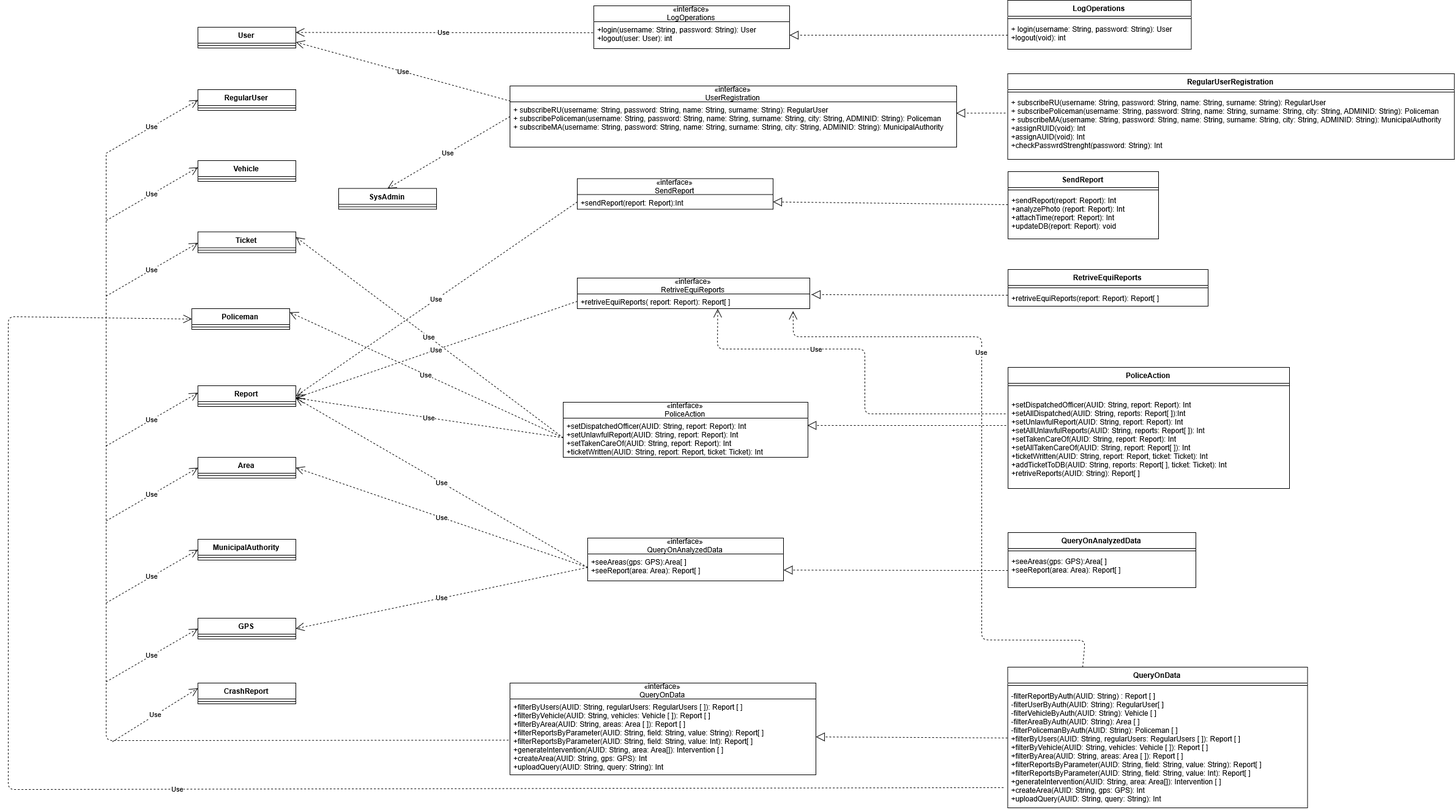
fafrullo2/PanzeriPeruginiPipita keeps this draw.io diagram as DD/Images/component_class_relation.png. Above is the earlier version. Source tidied: cells renumbered, new cells last; positions are measured from the earlier drawing's top-left corner, leaving out a move shared by most shapes.
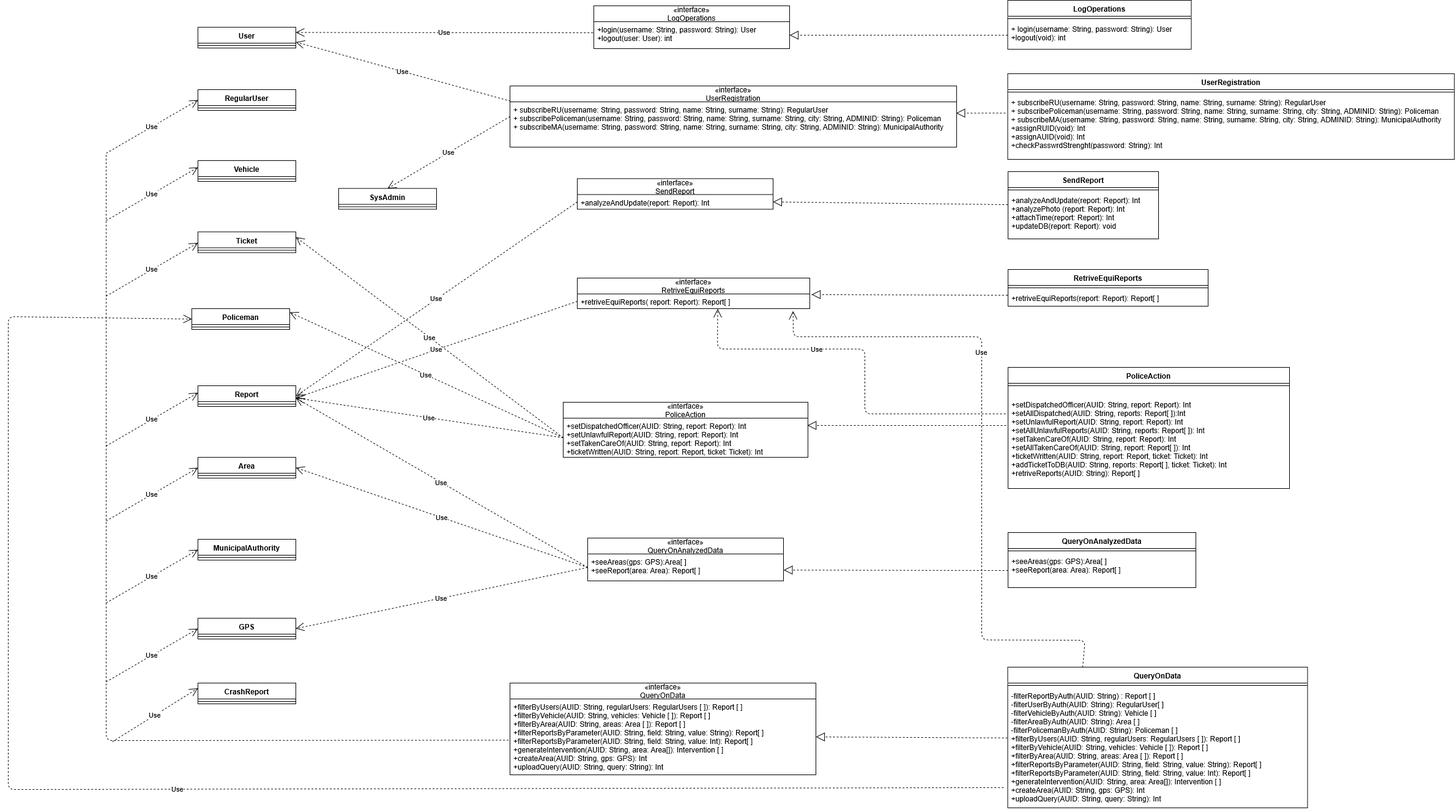
After the commit.

The edit, as a diff of the source:
```diff
@@ -29,7 +29,7 @@
     <mxCell id="10" style="line;strokeWidth=1;fillColor=none;align=left;verticalAlign=middle;spacingTop=-1;spacingLeft=3;spacingRight=3;labelPosition=right;" parent="9" vertex="1">
       <mxGeometry y="26" width="160" height="8" as="geometry" />
     </mxCell>
-    <mxCell id="11" value="RegularUserRegistration" style="swimlane;fontStyle=1;align=center;verticalAlign=top;horizontal=1;startSize=26;" parent="1" vertex="1">
+    <mxCell id="11" value="UserRegistration" style="swimlane;fontStyle=1;align=center;verticalAlign=top;horizontal=1;startSize=26;" parent="1" vertex="1">
       <mxGeometry x="1633.5" y="120" width="730" height="140" as="geometry" />
     </mxCell>
     <mxCell id="12" style="line;strokeWidth=1;fillColor=none;align=left;verticalAlign=middle;spacingTop=-1;spacingLeft=3;spacingRight=3;labelPosition=right;" parent="11" vertex="1">
@@ -50,7 +50,7 @@
     <mxCell id="17" style="line;strokeWidth=1;fillColor=none;align=left;verticalAlign=middle;spacingTop=-1;spacingLeft=3;spacingRight=3;labelPosition=right;" parent="16" vertex="1">
       <mxGeometry y="26" width="246" height="8" as="geometry" />
     </mxCell>
-    <mxCell id="18" value="+sendReport(report: Report): Int&#10;+analyzePhoto (report: Report): Int&#10;+attachTime(report: Report): Int&#10;+updateDB(report: Report): void" style="text;strokeColor=none;fillColor=none;align=left;verticalAlign=top;spacingLeft=4;spacingRight=4;overflow=hidden;points=[[0,0.5],[1,0.5]];portConstraint=eastwest;" parent="16" vertex="1">
+    <mxCell id="18" value="+analyzeAndUpdate(report: Report): Int&#10;+analyzePhoto (report: Report): Int&#10;+attachTime(report: Report): Int&#10;+updateDB(report: Report): void" style="text;strokeColor=none;fillColor=none;align=left;verticalAlign=top;spacingLeft=4;spacingRight=4;overflow=hidden;points=[[0,0.5],[1,0.5]];portConstraint=eastwest;" parent="16" vertex="1">
       <mxGeometry y="34" width="246" height="76" as="geometry" />
     </mxCell>
     <mxCell id="19" value="RetriveEquiReports" style="swimlane;fontStyle=1;align=center;verticalAlign=top;horizontal=1;startSize=26;" parent="1" vertex="1">
@@ -92,7 +92,7 @@
     <mxCell id="31" value="«interface»&#10;SendReport" style="swimlane;fontStyle=0;horizontal=1;startSize=26;fillColor=none;" parent="1" vertex="1">
       <mxGeometry x="930" y="291.5" width="320" height="50" as="geometry" />
     </mxCell>
-    <mxCell id="32" value="+sendReport(report: Report):Int" style="text;strokeColor=none;fillColor=none;align=left;verticalAlign=top;spacingLeft=4;spacingRight=4;overflow=hidden;points=[[0,0.5],[1,0.5]];portConstraint=eastwest;" parent="31" vertex="1">
+    <mxCell id="32" value="+analyzeAndUpdate(report: Report): Int" style="text;strokeColor=none;fillColor=none;align=left;verticalAlign=top;spacingLeft=4;spacingRight=4;overflow=hidden;points=[[0,0.5],[1,0.5]];portConstraint=eastwest;" parent="31" vertex="1">
       <mxGeometry y="26" width="320" height="24" as="geometry" />
     </mxCell>
     <mxCell id="33" value="«interface»&#10;RetriveEquiReports" style="swimlane;fontStyle=0;horizontal=1;startSize=26;fillColor=none;" parent="1" vertex="1">
```
